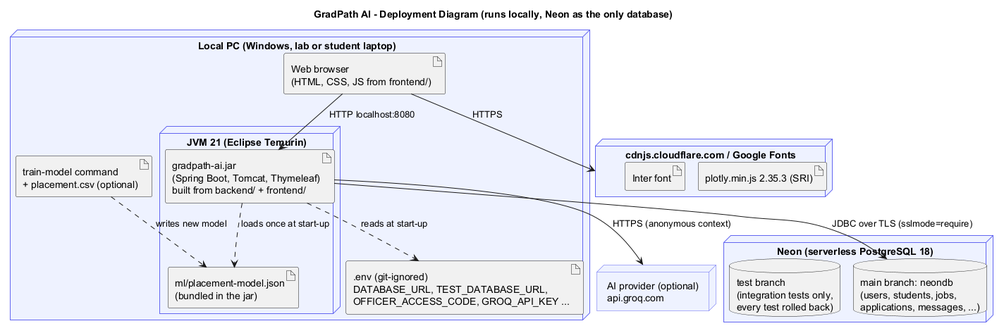
The PlantUML diagram report/uml-png/08_deployment.png in HamnaAliKhan/grad-path-ai, before a commit.
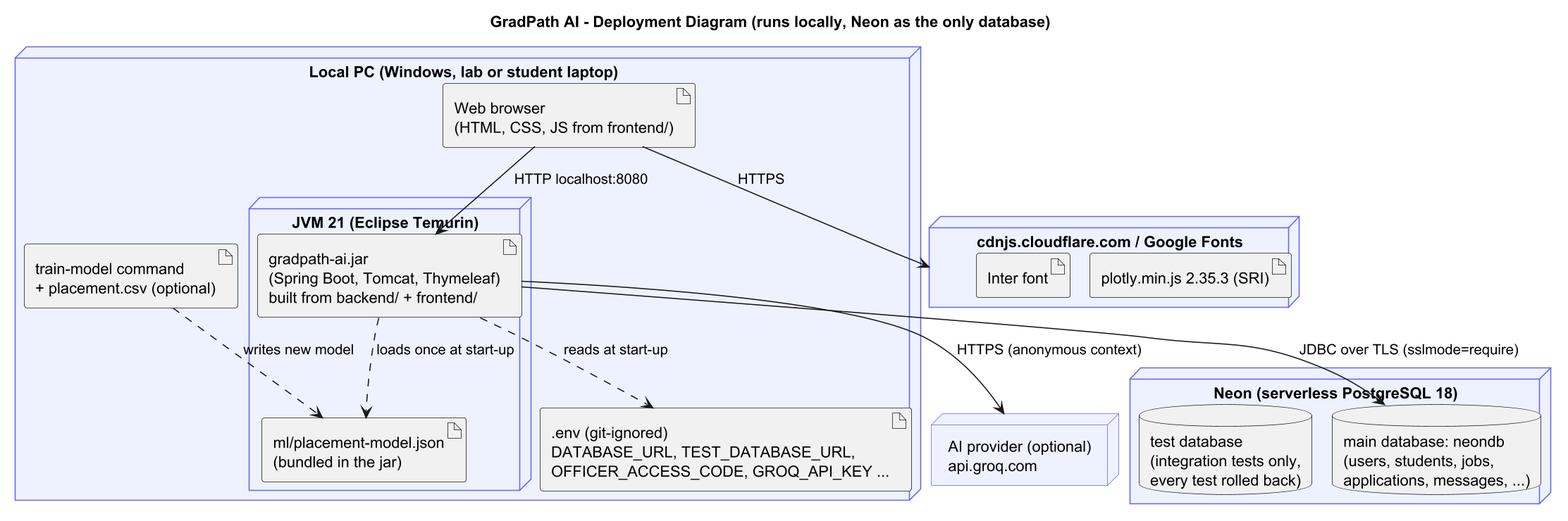
The same diagram one commit later.

The edit, as a diff of the source:
```diff
@@ -1,4 +1,5 @@
 @startuml 08_deployment
+skinparamlocked dpi 150
 !pragma layout smetana
 title GradPath AI - Deployment Diagram (runs locally, Neon as the only database)
 skinparam node {
@@ -20,8 +21,8 @@
   artifact "Inter font" as font
 }
 node "Neon (serverless PostgreSQL 18)" as neon {
-  database "main branch: neondb\n(users, students, jobs,\napplications, messages, ...)" as db
-  database "test branch\n(integration tests only,\nevery test rolled back)" as testdb
+  database "main database: neondb\n(users, students, jobs,\napplications, messages, ...)" as db
+  database "test database\n(integration tests only,\nevery test rolled back)" as testdb
 }
 node "AI provider (optional)\napi.groq.com" as groq
 
```
